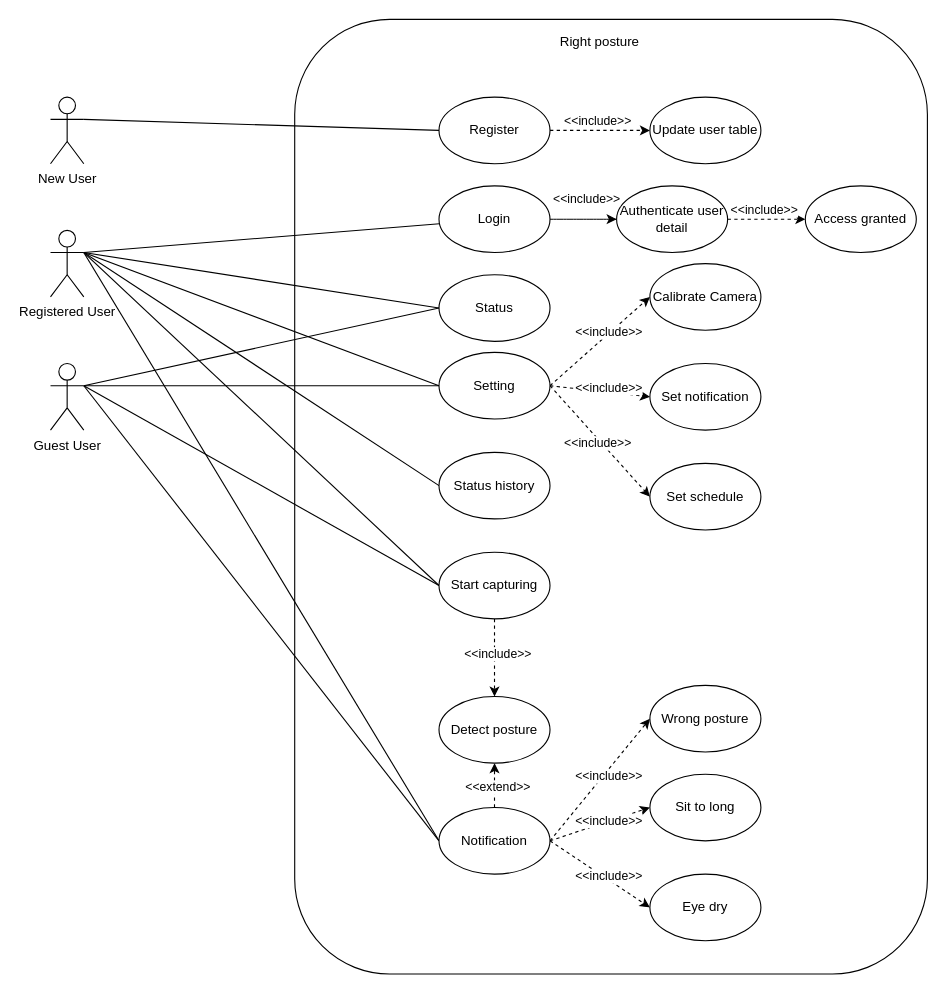
Before: Usecase.drawio in astrrr/Right-posture, a draw.io diagram. Source tidied: cells renumbered, new cells numbered last; positions are measured from the earlier drawing's top-left corner, leaving out a move shared by most shapes. Both pictures are drawn from the tidied source at 111%, with x=0, y=0 at pixel (50, 19).
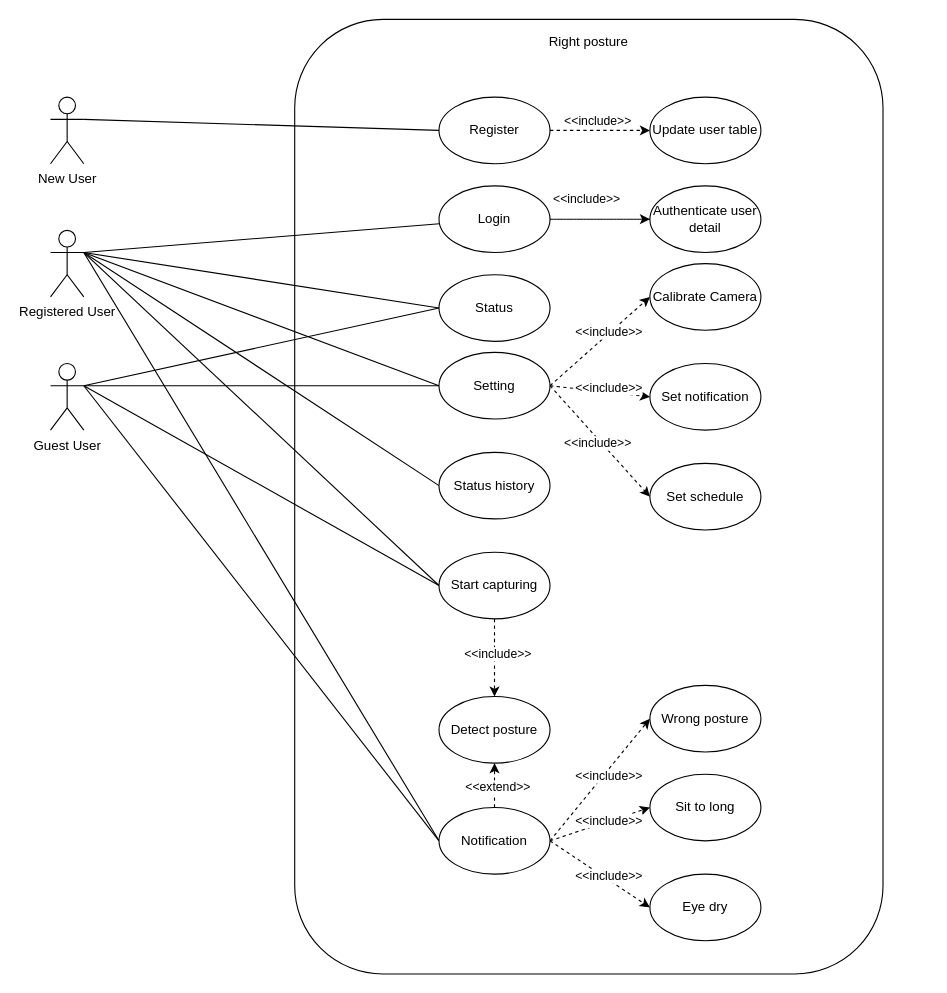
The same page after the edit.

Commit message:
Update to less complex.

Diff of the diagram source:
```diff
@@
     <mxCell id="2" style="whiteSpace=wrap;html=1;rounded=1;imageAspect=1;" parent="1" vertex="1">
-      <mxGeometry x="220" width="570" height="860" as="geometry" />
+      <mxGeometry x="220" width="530" height="860" as="geometry" />
     </mxCell>
@@
     <mxCell id="9" value="Right posture" style="text;html=1;strokeColor=none;fillColor=none;align=center;verticalAlign=middle;whiteSpace=wrap;rounded=0;" parent="1" vertex="1">
-      <mxGeometry x="240" y="10" width="510" height="20" as="geometry" />
+      <mxGeometry x="255" y="10" width="460" height="20" as="geometry" />
     </mxCell>
@@
-    <mxCell id="51" style="edgeStyle=none;rounded=0;jettySize=auto;html=1;exitX=1;exitY=0.5;exitDx=0;exitDy=0;entryX=0;entryY=0.5;entryDx=0;entryDy=0;dashed=1;endArrow=classic;endFill=1;" parent="1" edge="1" source="53" target="56">
-      <mxGeometry relative="1" as="geometry" />
-    </mxCell>
@@
     <mxCell id="53" value="Authenticate user detail" style="ellipse;whiteSpace=wrap;html=1;" parent="1" vertex="1">
-      <mxGeometry x="510" y="150" width="100" height="60" as="geometry" />
+      <mxGeometry x="540" y="150" width="100" height="60" as="geometry" />
     </mxCell>
@@
-    <mxCell id="56" value="Access granted" style="ellipse;whiteSpace=wrap;html=1;" parent="1" vertex="1">
-      <mxGeometry x="680" y="150" width="100" height="60" as="geometry" />
-    </mxCell>
-    <mxCell id="57" value="&amp;lt;&amp;lt;include&amp;gt;&amp;gt;" style="edgeLabel;html=1;align=center;verticalAlign=middle;" parent="1" vertex="1">
-      <mxGeometry x="760" y="130" as="geometry">
-        <mxPoint x="-118" y="41" as="offset" />
-      </mxGeometry>
-    </mxCell>
```
